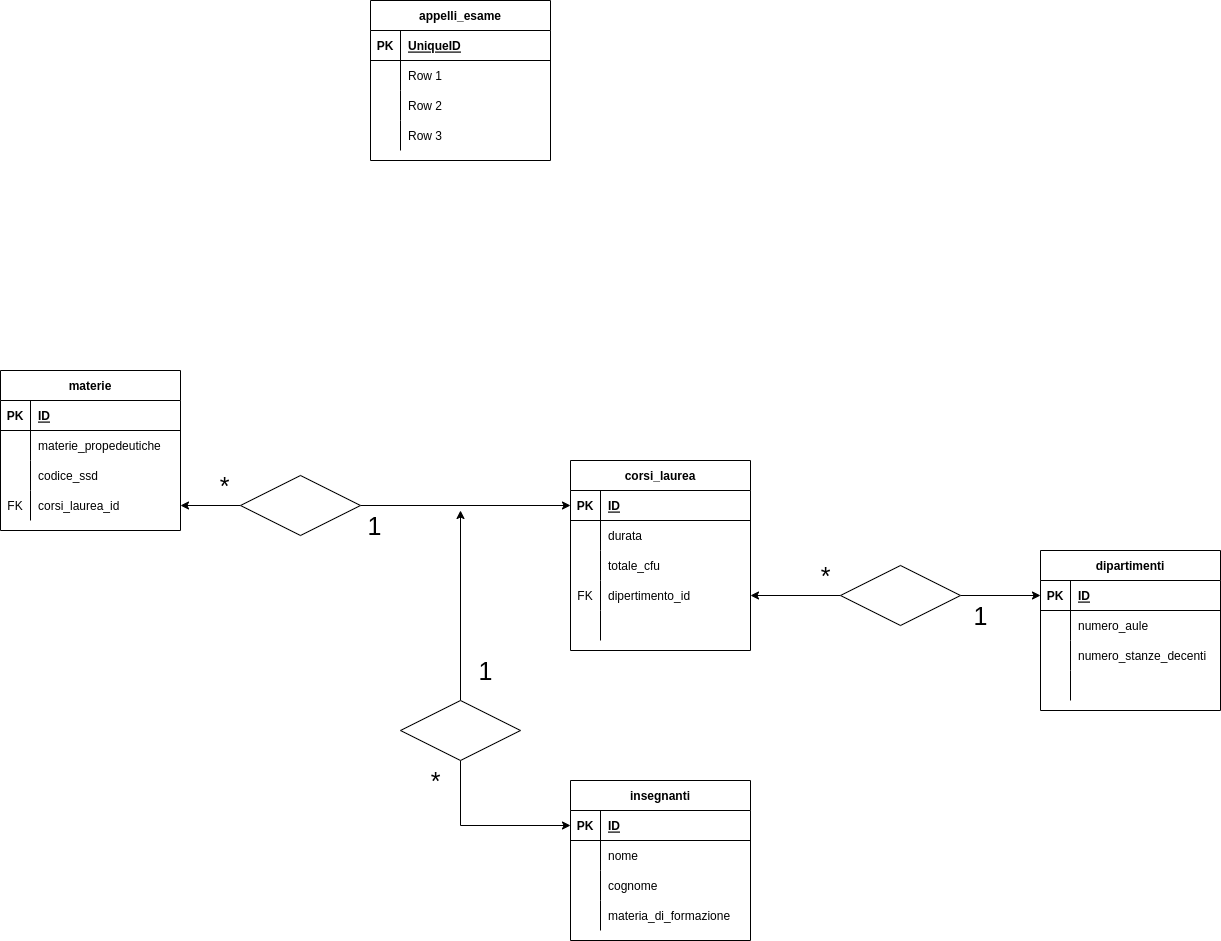
The draw.io diagram diagramma ER per università.png in pietroline/db-university, before a commit. Source tidied: cells renumbered, new cells last; positions are measured from the earlier drawing's top-left corner, leaving out a move shared by most shapes.
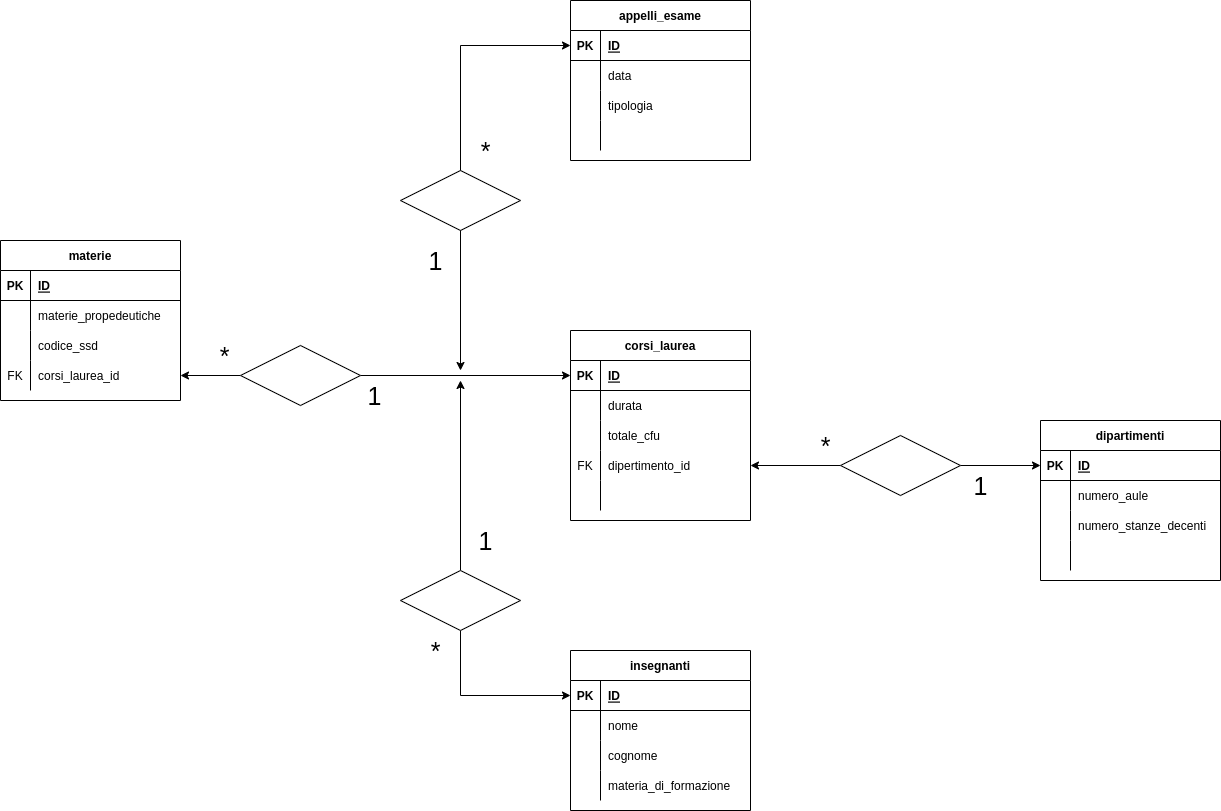
Above is the later version.

Commit message:
appelli_esame

What changed in the source:
```diff
@@ -168,7 +168,7 @@
       <mxGeometry x="30" width="150" height="30" as="geometry" />
     </mxCell>
     <mxCell id="57" value="appelli_esame" style="shape=table;startSize=30;rowLines=0;fontStyle=1;align=center;" parent="1" vertex="1">
-      <mxGeometry x="370" width="180" height="160" as="geometry" />
+      <mxGeometry x="570" y="130" width="180" height="160" as="geometry" />
     </mxCell>
     <mxCell id="58" style="shape=tableRow;horizontal=0;startSize=0;swimlaneHead=0;swimlaneBody=0;fillColor=none;points=[[0,0.5],[1,0.5]];portConstraint=eastwest;top=0;left=0;right=0;bottom=1;" parent="57" vertex="1">
       <mxGeometry y="30" width="180" height="30" as="geometry" />
@@ -176,7 +176,7 @@
     <mxCell id="59" value="PK" style="shape=partialRectangle;fillColor=none;top=0;left=0;bottom=0;right=0;fontStyle=1;overflow=hidden;" parent="58" vertex="1">
       <mxGeometry width="30" height="30" as="geometry" />
     </mxCell>
-    <mxCell id="60" value="UniqueID" style="shape=partialRectangle;fillColor=none;top=0;left=0;bottom=0;right=0;align=left;spacingLeft=6;fontStyle=5;overflow=hidden;" parent="58" vertex="1">
+    <mxCell id="60" value="ID" style="shape=partialRectangle;fillColor=none;top=0;left=0;bottom=0;right=0;align=left;spacingLeft=6;fontStyle=5;overflow=hidden;" parent="58" vertex="1">
       <mxGeometry x="30" width="150" height="30" as="geometry" />
     </mxCell>
     <mxCell id="61" style="shape=tableRow;horizontal=0;startSize=0;swimlaneHead=0;swimlaneBody=0;fillColor=none;top=0;left=0;right=0;bottom=0;" parent="57" vertex="1">
@@ -185,7 +185,7 @@
     <mxCell id="62" style="shape=partialRectangle;fillColor=none;top=0;left=0;bottom=0;right=0;overflow=hidden;" parent="61" vertex="1">
       <mxGeometry width="30" height="30" as="geometry" />
     </mxCell>
-    <mxCell id="63" value="Row 1" style="shape=partialRectangle;fillColor=none;top=0;left=0;bottom=0;right=0;align=left;spacingLeft=6;overflow=hidden;" parent="61" vertex="1">
+    <mxCell id="63" value="data" style="shape=partialRectangle;fillColor=none;top=0;left=0;bottom=0;right=0;align=left;spacingLeft=6;overflow=hidden;" parent="61" vertex="1">
       <mxGeometry x="30" width="150" height="30" as="geometry" />
     </mxCell>
     <mxCell id="64" style="shape=tableRow;horizontal=0;startSize=0;swimlaneHead=0;swimlaneBody=0;fillColor=none;top=0;left=0;right=0;bottom=0;" parent="57" vertex="1">
@@ -194,7 +194,7 @@
     <mxCell id="65" style="shape=partialRectangle;fillColor=none;top=0;left=0;bottom=0;right=0;overflow=hidden;" parent="64" vertex="1">
       <mxGeometry width="30" height="30" as="geometry" />
     </mxCell>
-    <mxCell id="66" value="Row 2" style="shape=partialRectangle;fillColor=none;top=0;left=0;bottom=0;right=0;align=left;spacingLeft=6;overflow=hidden;" parent="64" vertex="1">
+    <mxCell id="66" value="tipologia" style="shape=partialRectangle;fillColor=none;top=0;left=0;bottom=0;right=0;align=left;spacingLeft=6;overflow=hidden;" parent="64" vertex="1">
       <mxGeometry x="30" width="150" height="30" as="geometry" />
     </mxCell>
     <mxCell id="67" style="shape=tableRow;horizontal=0;startSize=0;swimlaneHead=0;swimlaneBody=0;fillColor=none;top=0;left=0;right=0;bottom=0;" parent="57" vertex="1">
@@ -203,7 +203,7 @@
     <mxCell id="68" style="shape=partialRectangle;fillColor=none;top=0;left=0;bottom=0;right=0;overflow=hidden;" parent="67" vertex="1">
       <mxGeometry width="30" height="30" as="geometry" />
     </mxCell>
-    <mxCell id="69" value="Row 3" style="shape=partialRectangle;fillColor=none;top=0;left=0;bottom=0;right=0;align=left;spacingLeft=6;overflow=hidden;" parent="67" vertex="1">
+    <mxCell id="69" style="shape=partialRectangle;fillColor=none;top=0;left=0;bottom=0;right=0;align=left;spacingLeft=6;overflow=hidden;" parent="67" vertex="1">
       <mxGeometry x="30" width="150" height="30" as="geometry" />
     </mxCell>
     <mxCell id="70" style="edgeStyle=orthogonalEdgeStyle;rounded=0;jettySize=auto;html=1;entryX=0;entryY=0.5;entryDx=0;entryDy=0;" parent="1" edge="1" source="73" target="3">
@@ -256,5 +256,25 @@
     <mxCell id="85" value="1" style="text;html=1;align=center;verticalAlign=middle;strokeColor=none;fillColor=none;fontSize=25;" parent="1" vertex="1">
       <mxGeometry x="470" y="650" width="30" height="40" as="geometry" />
     </mxCell>
+    <mxCell id="86" style="group;rotation=-180;" parent="1" vertex="1">
+      <mxGeometry x="400" y="260" width="120" height="150" as="geometry" />
+    </mxCell>
+    <mxCell id="87" style="shape=rhombus;perimeter=rhombusPerimeter;whiteSpace=wrap;html=1;align=center;fontSize=25;rotation=-180;" parent="86" vertex="1">
+      <mxGeometry y="40" width="120" height="60" as="geometry" />
+    </mxCell>
+    <mxCell id="88" value="*" style="text;html=1;align=center;verticalAlign=middle;strokeColor=none;fillColor=none;fontSize=25;rotation=0;" parent="86" vertex="1">
+      <mxGeometry x="70" width="30" height="40" as="geometry" />
+    </mxCell>
+    <mxCell id="89" value="1" style="text;html=1;align=center;verticalAlign=middle;strokeColor=none;fillColor=none;fontSize=25;rotation=0;" parent="86" vertex="1">
+      <mxGeometry x="20" y="110" width="30" height="40" as="geometry" />
+    </mxCell>
+    <mxCell id="90" style="edgeStyle=orthogonalEdgeStyle;rounded=0;jettySize=auto;html=1;entryX=0;entryY=0.5;entryDx=0;entryDy=0;fontSize=25;" parent="1" edge="1" source="87" target="58">
+      <mxGeometry relative="1" as="geometry" />
+    </mxCell>
+    <mxCell id="91" style="edgeStyle=orthogonalEdgeStyle;rounded=0;jettySize=auto;html=1;fontSize=25;" parent="1" edge="1" source="87">
+      <mxGeometry relative="1" as="geometry">
+        <mxPoint x="460" y="500" as="targetPoint" />
+      </mxGeometry>
+    </mxCell>
   </root>
 </mxGraphModel>
```
